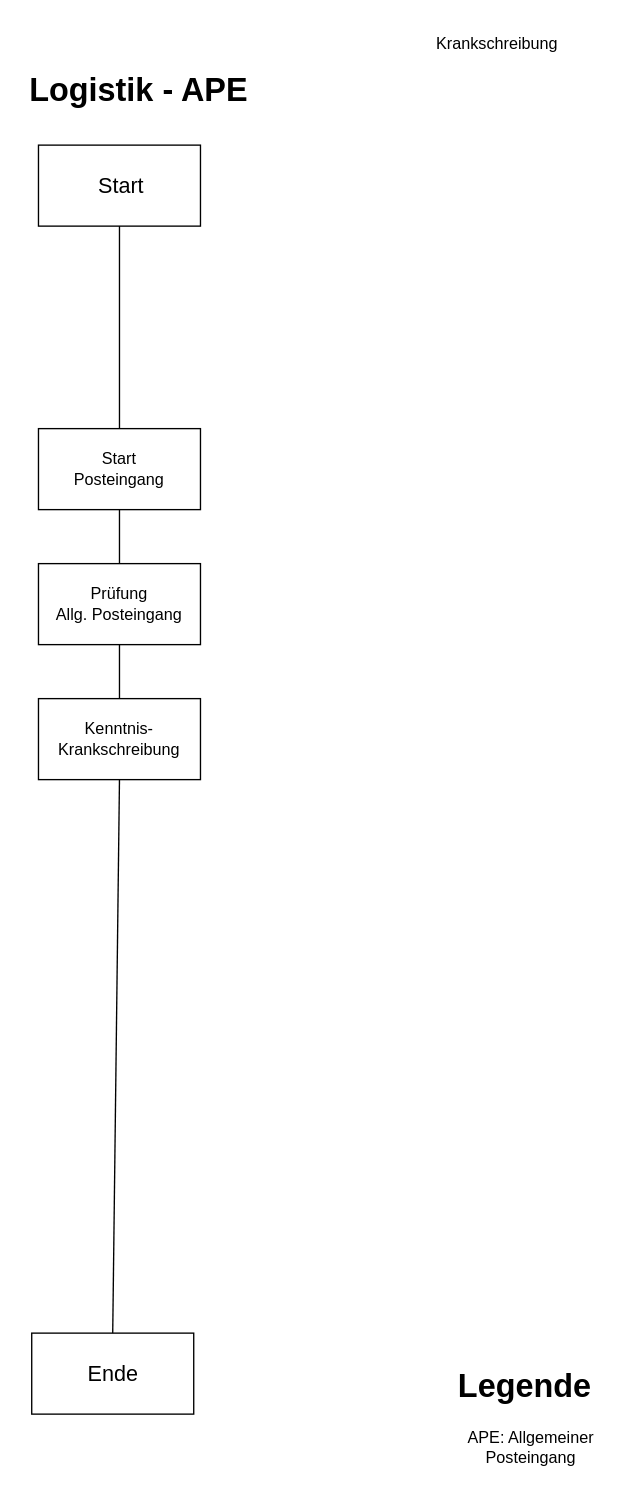
Above: page "APE" (1 of 5) of Unbenanntes Diagramm.drawio in RobertWichtendahl/to-do-app (draw.io), before the change. Source tidied: cells renumbered, new cells numbered last; positions are measured from the earlier drawing's top-left corner, leaving out a move shared by most shapes. Both pictures are drawn from the tidied source at 135%, with x=0, y=0 at pixel (23, 23).
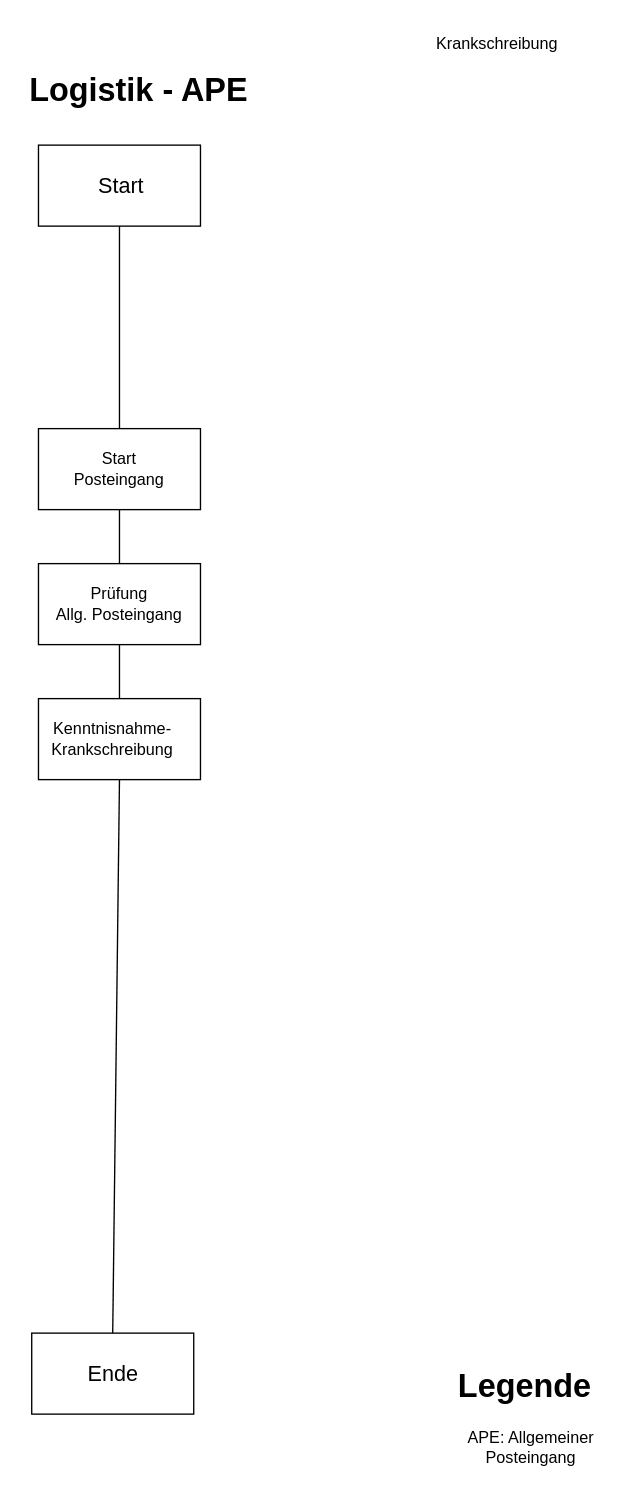
After the change.

Change to the diagram source:
```diff
@@
-    <mxCell id="12" value="Kenntnis-&lt;div&gt;Krankschreibung&lt;/div&gt;" style="text;html=1;whiteSpace=wrap;strokeColor=none;fillColor=none;align=center;verticalAlign=middle;rounded=0;" parent="1" vertex="1">
-      <mxGeometry x="41" y="515" width="60" height="30" as="geometry" />
+    <mxCell id="12" value="Kenntnisnahme-&lt;div&gt;Krankschreibung&lt;/div&gt;" style="text;html=1;whiteSpace=wrap;strokeColor=none;fillColor=none;align=center;verticalAlign=middle;rounded=0;" parent="1" vertex="1">
+      <mxGeometry x="36" y="515" width="60" height="30" as="geometry" />
     </mxCell>
```
